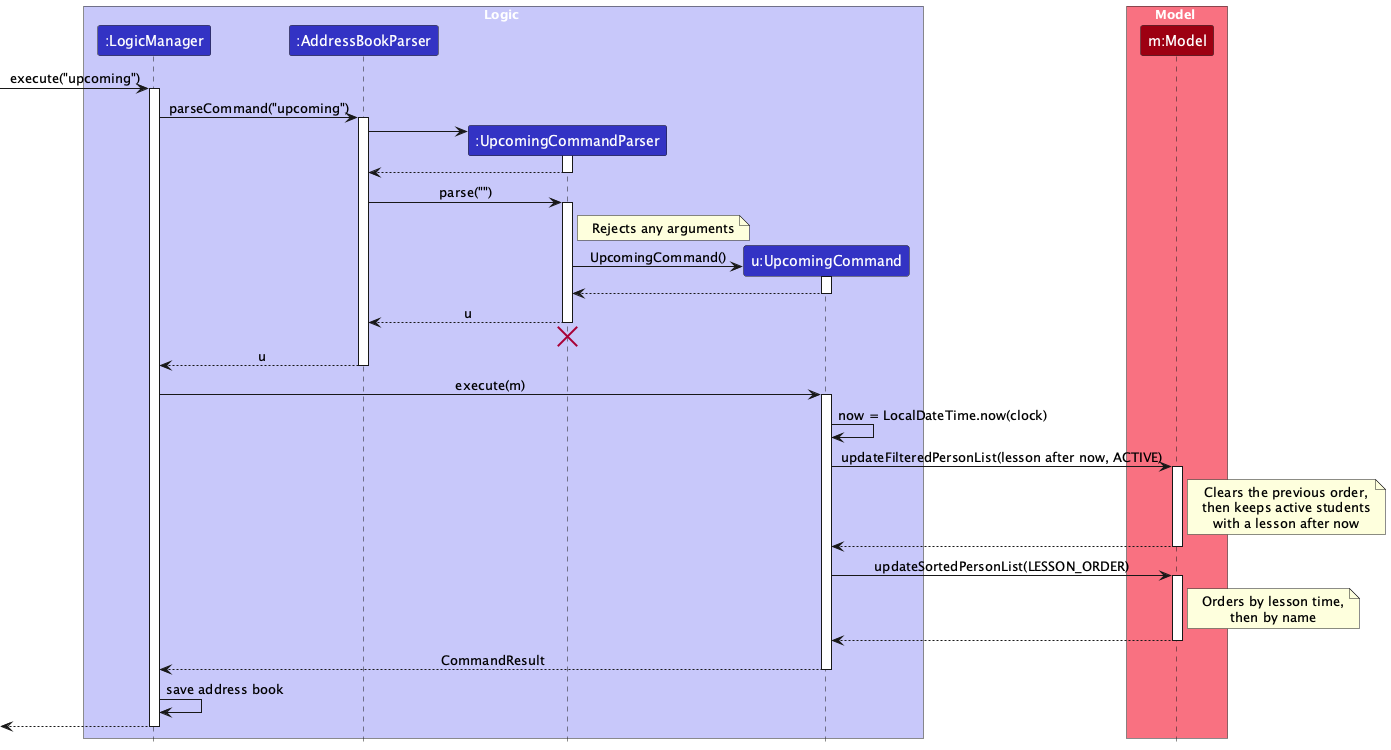
Before: docs/images/UpcomingSequenceDiagram.png, a diagram exported from PlantUML (AY2627S1-CS2103T-W10-3/tp).
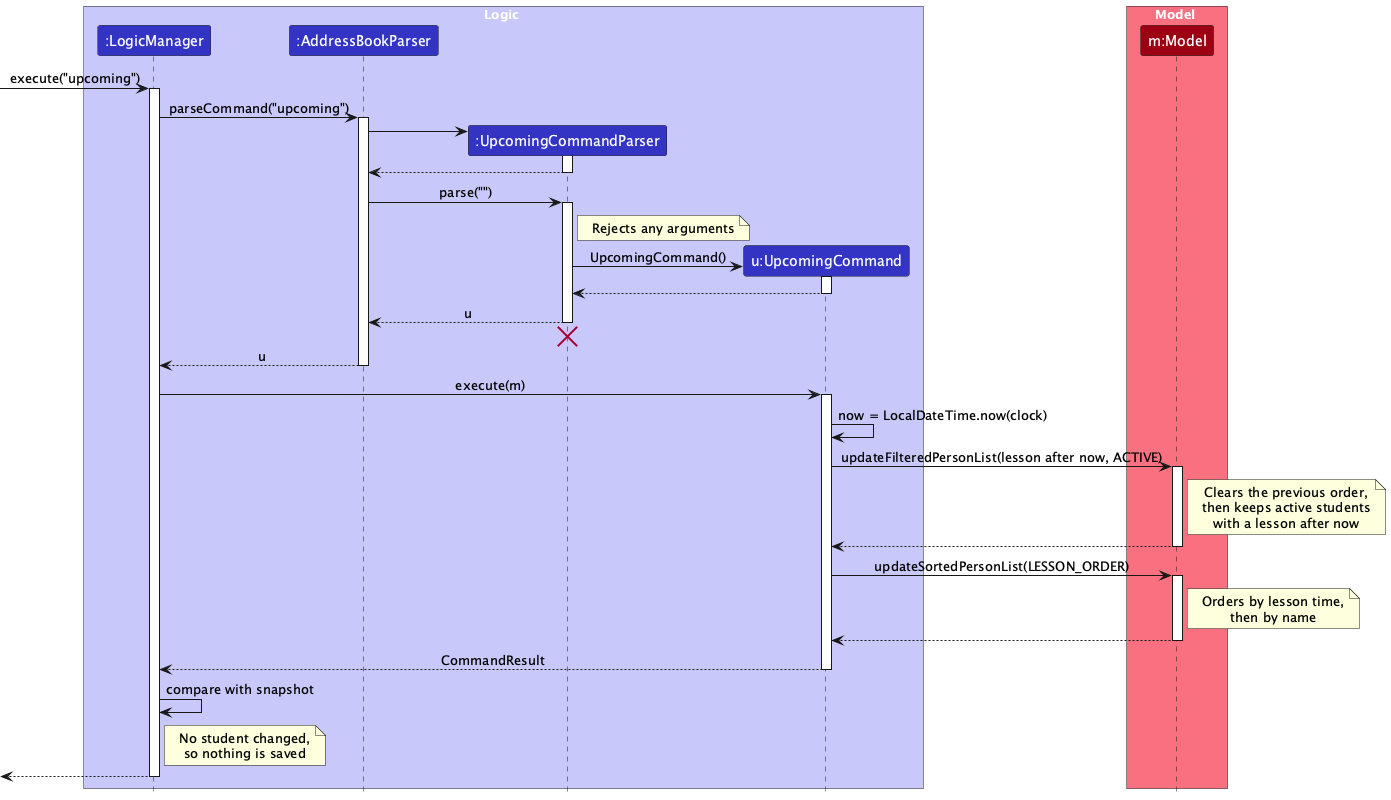
The same file after the commit.

Commit message:
Show that upcoming does not save in its sequence diagram

Since #149, LogicManager saves only when a command changes students,
but the upcoming sequence diagram still ended with a save step.

The edit, as a diff of the source:
```diff
@@ -1,4 +1,5 @@
 @startuml
+!pragma layout smetana
 !include style.puml
 skinparam ArrowFontStyle plain
 
@@ -73,7 +74,11 @@
 UpcomingCommand --> LogicManager : CommandResult
 deactivate UpcomingCommand
 
-LogicManager -> LogicManager : save address book
+LogicManager -> LogicManager : compare with snapshot
+note right of LogicManager
+No student changed,
+so nothing is saved
+end note
 
 [<--LogicManager
 deactivate LogicManager
```
